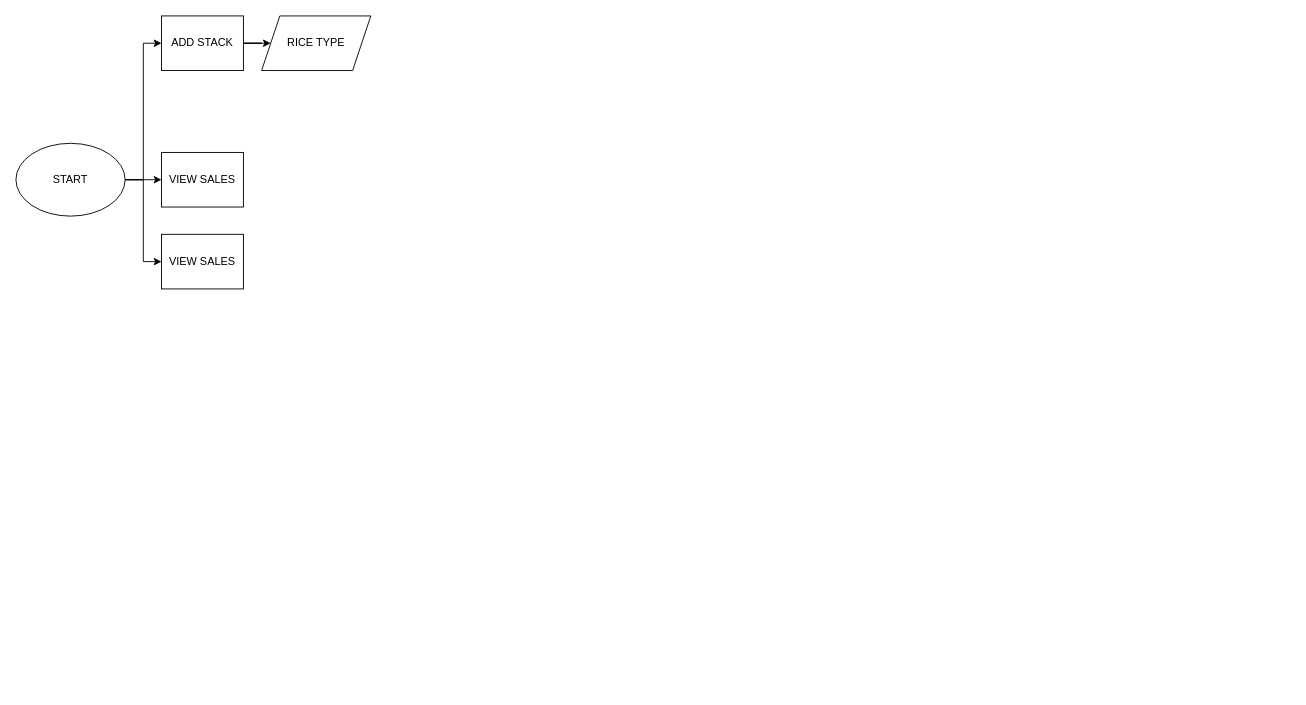
Earlier version of the draw.io diagram SAD flow chart diagram.drawio (jaysonbutawan/LOginandsignup). Source tidied: cells renumbered, new cells numbered last; positions are measured from the earlier drawing's top-left corner, leaving out a move shared by most shapes. Both pictures are drawn from the tidied source at 91%, with x=0, y=0 at pixel (15, 15).
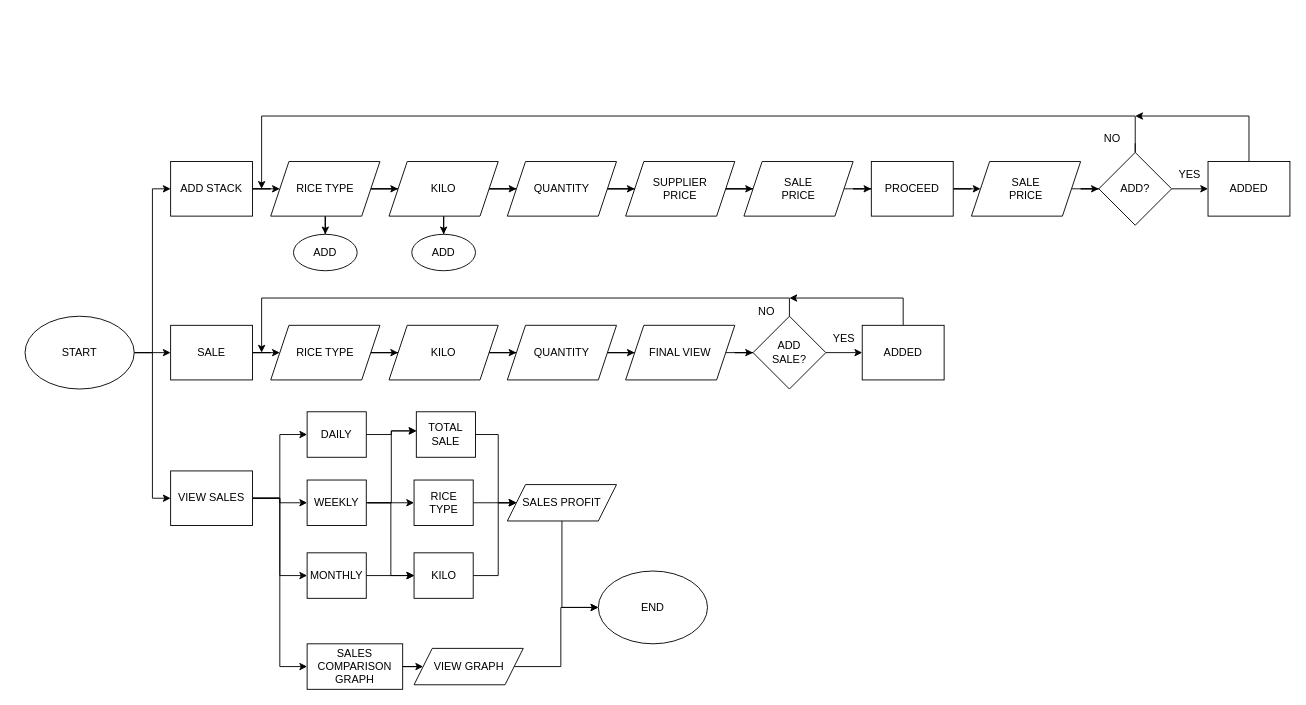
Above is the later version.

Diff of the diagram source:
```diff
@@
+    <mxCell id="3" style="edgeStyle=orthogonalEdgeStyle;rounded=0;jettySize=auto;html=1;entryX=0;entryY=0.5;entryDx=0;entryDy=0;" parent="1" edge="1" source="5" target="7">
+      <mxGeometry relative="1" as="geometry" />
+    </mxCell>
@@
-    <mxCell id="3" style="edgeStyle=orthogonalEdgeStyle;rounded=0;jettySize=auto;html=1;entryX=0;entryY=0.5;entryDx=0;entryDy=0;" parent="1" edge="1" source="5" target="7">
-      <mxGeometry relative="1" as="geometry" />
-    </mxCell>
@@
     <mxCell id="5" value="START" style="ellipse;whiteSpace=wrap;html=1;" parent="1" vertex="1">
-      <mxGeometry y="140" width="120" height="80" as="geometry" />
+      <mxGeometry x="10" y="330" width="120" height="80" as="geometry" />
     </mxCell>
@@
     <mxCell id="7" value="ADD STACK" style="rounded=0;whiteSpace=wrap;html=1;" parent="1" vertex="1">
-      <mxGeometry x="160" width="90" height="60" as="geometry" />
+      <mxGeometry x="170" y="160" width="90" height="60" as="geometry" />
     </mxCell>
+    <mxCell id="11" style="edgeStyle=orthogonalEdgeStyle;rounded=0;jettySize=auto;html=1;entryX=0;entryY=0.5;entryDx=0;entryDy=0;" parent="1" edge="1" source="8" target="41">
+      <mxGeometry relative="1" as="geometry" />
+    </mxCell>
-    <mxCell id="8" value="VIEW SALES" style="rounded=0;whiteSpace=wrap;html=1;" parent="1" vertex="1">
-      <mxGeometry x="160" y="150" width="90" height="60" as="geometry" />
+    <mxCell id="8" value="SALE" style="rounded=0;whiteSpace=wrap;html=1;" parent="1" vertex="1">
+      <mxGeometry x="170" y="340" width="90" height="60" as="geometry" />
     </mxCell>
+    <mxCell id="12" style="edgeStyle=orthogonalEdgeStyle;rounded=0;jettySize=auto;html=1;" parent="1" edge="1" source="9" target="58">
+      <mxGeometry relative="1" as="geometry" />
+    </mxCell>
+    <mxCell id="13" style="edgeStyle=orthogonalEdgeStyle;rounded=0;jettySize=auto;html=1;entryX=0;entryY=0.5;entryDx=0;entryDy=0;" parent="1" edge="1" source="9" target="55">
+      <mxGeometry relative="1" as="geometry" />
+    </mxCell>
+    <mxCell id="14" style="edgeStyle=orthogonalEdgeStyle;rounded=0;jettySize=auto;html=1;entryX=0;entryY=0.5;entryDx=0;entryDy=0;" parent="1" edge="1" source="9" target="60">
+      <mxGeometry relative="1" as="geometry" />
+    </mxCell>
+    <mxCell id="15" style="edgeStyle=orthogonalEdgeStyle;rounded=0;jettySize=auto;html=1;entryX=0;entryY=0.5;entryDx=0;entryDy=0;" parent="1" edge="1" source="9" target="62">
+      <mxGeometry relative="1" as="geometry" />
+    </mxCell>
     <mxCell id="9" value="VIEW SALES" style="rounded=0;whiteSpace=wrap;html=1;" parent="1" vertex="1">
-      <mxGeometry x="160" y="240" width="90" height="60" as="geometry" />
+      <mxGeometry x="170" y="500" width="90" height="60" as="geometry" />
     </mxCell>
+    <mxCell id="16" style="edgeStyle=orthogonalEdgeStyle;rounded=0;jettySize=auto;html=1;entryX=0.5;entryY=0;entryDx=0;entryDy=0;" parent="1" edge="1" source="10" target="18">
+      <mxGeometry relative="1" as="geometry" />
+    </mxCell>
+    <mxCell id="17" style="edgeStyle=orthogonalEdgeStyle;rounded=0;jettySize=auto;html=1;" parent="1" edge="1" source="10" target="21">
+      <mxGeometry relative="1" as="geometry" />
+    </mxCell>
     <mxCell id="10" value="RICE TYPE" style="shape=parallelogram;perimeter=parallelogramPerimeter;whiteSpace=wrap;html=1;fixedSize=1;" parent="1" vertex="1">
-      <mxGeometry x="270" width="120" height="60" as="geometry" />
+      <mxGeometry x="280" y="160" width="120" height="60" as="geometry" />
     </mxCell>
+    <mxCell id="18" value="ADD" style="ellipse;whiteSpace=wrap;html=1;" parent="1" vertex="1">
+      <mxGeometry x="305" y="240" width="70" height="40" as="geometry" />
+    </mxCell>
+    <mxCell id="19" style="edgeStyle=orthogonalEdgeStyle;rounded=0;jettySize=auto;html=1;entryX=0.5;entryY=0;entryDx=0;entryDy=0;" parent="1" edge="1" source="21" target="22">
+      <mxGeometry relative="1" as="geometry" />
+    </mxCell>
+    <mxCell id="20" style="edgeStyle=orthogonalEdgeStyle;rounded=0;jettySize=auto;html=1;" parent="1" edge="1" source="21" target="24">
+      <mxGeometry relative="1" as="geometry" />
+    </mxCell>
+    <mxCell id="21" value="KILO" style="shape=parallelogram;perimeter=parallelogramPerimeter;whiteSpace=wrap;html=1;fixedSize=1;" parent="1" vertex="1">
+      <mxGeometry x="410" y="160" width="120" height="60" as="geometry" />
+    </mxCell>
+    <mxCell id="22" value="ADD" style="ellipse;whiteSpace=wrap;html=1;" parent="1" vertex="1">
+      <mxGeometry x="435" y="240" width="70" height="40" as="geometry" />
+    </mxCell>
+    <mxCell id="23" style="edgeStyle=orthogonalEdgeStyle;rounded=0;jettySize=auto;html=1;entryX=0;entryY=0.5;entryDx=0;entryDy=0;" parent="1" edge="1" source="24" target="26">
+      <mxGeometry relative="1" as="geometry" />
+    </mxCell>
+    <mxCell id="24" value="QUANTITY" style="shape=parallelogram;perimeter=parallelogramPerimeter;whiteSpace=wrap;html=1;fixedSize=1;" parent="1" vertex="1">
+      <mxGeometry x="540" y="160" width="120" height="60" as="geometry" />
+    </mxCell>
+    <mxCell id="25" style="edgeStyle=orthogonalEdgeStyle;rounded=0;jettySize=auto;html=1;entryX=0;entryY=0.5;entryDx=0;entryDy=0;" parent="1" edge="1" source="26" target="28">
+      <mxGeometry relative="1" as="geometry" />
+    </mxCell>
+    <mxCell id="26" value="SUPPLIER&lt;div&gt;PRICE&lt;/div&gt;" style="shape=parallelogram;perimeter=parallelogramPerimeter;whiteSpace=wrap;html=1;fixedSize=1;" parent="1" vertex="1">
+      <mxGeometry x="670" y="160" width="120" height="60" as="geometry" />
+    </mxCell>
+    <mxCell id="27" style="edgeStyle=orthogonalEdgeStyle;rounded=0;jettySize=auto;html=1;" parent="1" edge="1" source="28" target="30">
+      <mxGeometry relative="1" as="geometry" />
+    </mxCell>
+    <mxCell id="28" value="&lt;div&gt;SALE&lt;/div&gt;&lt;div&gt;PRICE&lt;/div&gt;" style="shape=parallelogram;perimeter=parallelogramPerimeter;whiteSpace=wrap;html=1;fixedSize=1;" parent="1" vertex="1">
+      <mxGeometry x="800" y="160" width="120" height="60" as="geometry" />
+    </mxCell>
+    <mxCell id="29" style="edgeStyle=orthogonalEdgeStyle;rounded=0;jettySize=auto;html=1;" parent="1" edge="1" source="30" target="32">
+      <mxGeometry relative="1" as="geometry" />
+    </mxCell>
+    <mxCell id="30" value="PROCEED" style="rounded=0;whiteSpace=wrap;html=1;" parent="1" vertex="1">
+      <mxGeometry x="940" y="160" width="90" height="60" as="geometry" />
+    </mxCell>
+    <mxCell id="31" style="edgeStyle=orthogonalEdgeStyle;rounded=0;jettySize=auto;html=1;entryX=0;entryY=0.5;entryDx=0;entryDy=0;" parent="1" edge="1" source="32" target="35">
+      <mxGeometry relative="1" as="geometry" />
+    </mxCell>
+    <mxCell id="32" value="&lt;div&gt;SALE&lt;/div&gt;&lt;div&gt;PRICE&lt;/div&gt;" style="shape=parallelogram;perimeter=parallelogramPerimeter;whiteSpace=wrap;html=1;fixedSize=1;" parent="1" vertex="1">
+      <mxGeometry x="1050" y="160" width="120" height="60" as="geometry" />
+    </mxCell>
+    <mxCell id="33" style="edgeStyle=orthogonalEdgeStyle;rounded=0;jettySize=auto;html=1;" parent="1" edge="1" source="35" target="37">
+      <mxGeometry relative="1" as="geometry" />
+    </mxCell>
+    <mxCell id="34" style="edgeStyle=orthogonalEdgeStyle;rounded=0;orthogonalLoop=1;jettySize=auto;html=1;" parent="1" edge="1">
+      <mxGeometry relative="1" as="geometry">
+        <mxPoint x="1230" y="140" as="sourcePoint" />
+        <mxPoint x="270" y="190" as="targetPoint" />
+        <Array as="points">
+          <mxPoint x="1230" y="150" />
+          <mxPoint x="1230" y="110" />
+          <mxPoint x="270" y="110" />
+        </Array>
+      </mxGeometry>
+    </mxCell>
+    <mxCell id="35" value="ADD?" style="rhombus;whiteSpace=wrap;html=1;" parent="1" vertex="1">
+      <mxGeometry x="1190" y="150" width="80" height="80" as="geometry" />
+    </mxCell>
+    <mxCell id="36" style="edgeStyle=orthogonalEdgeStyle;rounded=0;jettySize=auto;html=1;" parent="1" edge="1" source="37">
+      <mxGeometry relative="1" as="geometry">
+        <mxPoint x="1230" y="110" as="targetPoint" />
+        <Array as="points">
+          <mxPoint x="1355" y="110" />
+        </Array>
+      </mxGeometry>
+    </mxCell>
+    <mxCell id="37" value="ADDED" style="rounded=0;whiteSpace=wrap;html=1;" parent="1" vertex="1">
+      <mxGeometry x="1310" y="160" width="90" height="60" as="geometry" />
+    </mxCell>
+    <mxCell id="38" value="YES" style="text;html=1;align=center;verticalAlign=middle;whiteSpace=wrap;rounded=0;" parent="1" vertex="1">
+      <mxGeometry x="1275" y="160" width="30" height="30" as="geometry" />
+    </mxCell>
+    <mxCell id="39" value="NO" style="text;html=1;align=center;verticalAlign=middle;whiteSpace=wrap;rounded=0;" parent="1" vertex="1">
+      <mxGeometry x="1190" y="120" width="30" height="30" as="geometry" />
+    </mxCell>
+    <mxCell id="40" style="edgeStyle=orthogonalEdgeStyle;rounded=0;jettySize=auto;html=1;" parent="1" edge="1" source="41" target="43">
+      <mxGeometry relative="1" as="geometry" />
+    </mxCell>
+    <mxCell id="41" value="RICE TYPE" style="shape=parallelogram;perimeter=parallelogramPerimeter;whiteSpace=wrap;html=1;fixedSize=1;" parent="1" vertex="1">
+      <mxGeometry x="280" y="340" width="120" height="60" as="geometry" />
+    </mxCell>
+    <mxCell id="42" style="edgeStyle=orthogonalEdgeStyle;rounded=0;jettySize=auto;html=1;entryX=0;entryY=0.5;entryDx=0;entryDy=0;" parent="1" edge="1" source="43" target="45">
+      <mxGeometry relative="1" as="geometry" />
+    </mxCell>
+    <mxCell id="43" value="KILO" style="shape=parallelogram;perimeter=parallelogramPerimeter;whiteSpace=wrap;html=1;fixedSize=1;" parent="1" vertex="1">
+      <mxGeometry x="410" y="340" width="120" height="60" as="geometry" />
+    </mxCell>
+    <mxCell id="44" style="edgeStyle=orthogonalEdgeStyle;rounded=0;jettySize=auto;html=1;entryX=0;entryY=0.5;entryDx=0;entryDy=0;" parent="1" edge="1" source="45" target="47">
+      <mxGeometry relative="1" as="geometry" />
+    </mxCell>
+    <mxCell id="45" value="QUANTITY" style="shape=parallelogram;perimeter=parallelogramPerimeter;whiteSpace=wrap;html=1;fixedSize=1;" parent="1" vertex="1">
+      <mxGeometry x="540" y="340" width="120" height="60" as="geometry" />
+    </mxCell>
+    <mxCell id="46" style="edgeStyle=orthogonalEdgeStyle;rounded=0;jettySize=auto;html=1;entryX=0;entryY=0.5;entryDx=0;entryDy=0;" parent="1" edge="1" source="47" target="50">
+      <mxGeometry relative="1" as="geometry" />
+    </mxCell>
+    <mxCell id="47" value="FINAL VIEW" style="shape=parallelogram;perimeter=parallelogramPerimeter;whiteSpace=wrap;html=1;fixedSize=1;" parent="1" vertex="1">
+      <mxGeometry x="670" y="340" width="120" height="60" as="geometry" />
+    </mxCell>
+    <mxCell id="48" style="edgeStyle=orthogonalEdgeStyle;rounded=0;jettySize=auto;html=1;" parent="1" edge="1" source="50" target="52">
+      <mxGeometry relative="1" as="geometry" />
+    </mxCell>
+    <mxCell id="49" style="edgeStyle=orthogonalEdgeStyle;rounded=0;jettySize=auto;html=1;" parent="1" edge="1" source="50">
+      <mxGeometry relative="1" as="geometry">
+        <mxPoint x="270" y="370" as="targetPoint" />
+        <Array as="points">
+          <mxPoint x="850" y="310" />
+          <mxPoint x="270" y="310" />
+        </Array>
+      </mxGeometry>
+    </mxCell>
+    <mxCell id="50" value="ADD&lt;div&gt;SALE?&lt;/div&gt;" style="rhombus;whiteSpace=wrap;html=1;" parent="1" vertex="1">
+      <mxGeometry x="810" y="330" width="80" height="80" as="geometry" />
+    </mxCell>
+    <mxCell id="51" style="edgeStyle=orthogonalEdgeStyle;rounded=0;jettySize=auto;html=1;" parent="1" edge="1" source="52">
+      <mxGeometry relative="1" as="geometry">
+        <mxPoint x="850" y="310" as="targetPoint" />
+        <Array as="points">
+          <mxPoint x="975" y="310" />
+          <mxPoint x="850" y="310" />
+        </Array>
+      </mxGeometry>
+    </mxCell>
+    <mxCell id="52" value="ADDED" style="rounded=0;whiteSpace=wrap;html=1;" parent="1" vertex="1">
+      <mxGeometry x="930" y="340" width="90" height="60" as="geometry" />
+    </mxCell>
+    <mxCell id="53" value="YES" style="text;html=1;align=center;verticalAlign=middle;whiteSpace=wrap;rounded=0;" parent="1" vertex="1">
+      <mxGeometry x="895" y="340" width="30" height="30" as="geometry" />
+    </mxCell>
+    <mxCell id="54" value="NO" style="text;html=1;align=center;verticalAlign=middle;whiteSpace=wrap;rounded=0;" parent="1" vertex="1">
+      <mxGeometry x="810" y="310" width="30" height="30" as="geometry" />
+    </mxCell>
+    <mxCell id="55" value="DAILY" style="rounded=0;whiteSpace=wrap;html=1;" parent="1" vertex="1">
+      <mxGeometry x="320" y="435" width="65" height="50" as="geometry" />
+    </mxCell>
+    <mxCell id="56" style="edgeStyle=orthogonalEdgeStyle;rounded=0;jettySize=auto;html=1;entryX=0;entryY=0.5;entryDx=0;entryDy=0;" parent="1" edge="1" target="67">
+      <mxGeometry relative="1" as="geometry">
+        <mxPoint x="387" y="535" as="sourcePoint" />
+        <Array as="points">
+          <mxPoint x="412" y="535" />
+          <mxPoint x="412" y="615" />
+        </Array>
+      </mxGeometry>
+    </mxCell>
+    <mxCell id="57" style="edgeStyle=orthogonalEdgeStyle;rounded=0;jettySize=auto;html=1;entryX=0;entryY=0.5;entryDx=0;entryDy=0;" parent="1" edge="1" source="58" target="65">
+      <mxGeometry relative="1" as="geometry" />
+    </mxCell>
+    <mxCell id="58" value="WEEKLY" style="rounded=0;whiteSpace=wrap;html=1;" parent="1" vertex="1">
+      <mxGeometry x="320" y="510" width="65" height="50" as="geometry" />
+    </mxCell>
+    <mxCell id="59" style="edgeStyle=orthogonalEdgeStyle;rounded=0;orthogonalLoop=1;jettySize=auto;html=1;" parent="1" edge="1">
+      <mxGeometry relative="1" as="geometry">
+        <mxPoint x="383" y="615" as="sourcePoint" />
+        <mxPoint x="438" y="615" as="targetPoint" />
+      </mxGeometry>
+    </mxCell>
+    <mxCell id="60" value="MONTHLY" style="rounded=0;whiteSpace=wrap;html=1;" parent="1" vertex="1">
+      <mxGeometry x="320" y="590" width="65" height="50" as="geometry" />
+    </mxCell>
+    <mxCell id="61" style="edgeStyle=orthogonalEdgeStyle;rounded=0;jettySize=auto;html=1;" parent="1" edge="1" source="62" target="75">
+      <mxGeometry relative="1" as="geometry" />
+    </mxCell>
+    <mxCell id="62" value="SALES COMPARISON GRAPH" style="rounded=0;whiteSpace=wrap;html=1;" parent="1" vertex="1">
+      <mxGeometry x="320" y="690" width="105" height="50" as="geometry" />
+    </mxCell>
+    <mxCell id="63" value="TOTAL&lt;div&gt;SALE&lt;/div&gt;" style="rounded=0;whiteSpace=wrap;html=1;" parent="1" vertex="1">
+      <mxGeometry x="440" y="435" width="65" height="50" as="geometry" />
+    </mxCell>
+    <mxCell id="64" style="edgeStyle=orthogonalEdgeStyle;rounded=0;jettySize=auto;html=1;entryX=0;entryY=0.5;entryDx=0;entryDy=0;" parent="1" edge="1" source="65">
+      <mxGeometry relative="1" as="geometry">
+        <mxPoint x="550" y="535" as="targetPoint" />
+      </mxGeometry>
+    </mxCell>
+    <mxCell id="65" value="RICE&lt;div&gt;TYPE&lt;/div&gt;" style="rounded=0;whiteSpace=wrap;html=1;" parent="1" vertex="1">
+      <mxGeometry x="437.5" y="510" width="65" height="50" as="geometry" />
+    </mxCell>
+    <mxCell id="66" style="edgeStyle=orthogonalEdgeStyle;rounded=0;jettySize=auto;html=1;entryX=0;entryY=0.5;entryDx=0;entryDy=0;" parent="1" edge="1" source="67">
+      <mxGeometry relative="1" as="geometry">
+        <mxPoint x="550" y="535" as="targetPoint" />
+        <Array as="points">
+          <mxPoint x="530" y="615" />
+          <mxPoint x="530" y="535" />
+        </Array>
+      </mxGeometry>
+    </mxCell>
+    <mxCell id="67" value="KILO" style="rounded=0;whiteSpace=wrap;html=1;" parent="1" vertex="1">
+      <mxGeometry x="437.5" y="590" width="65" height="50" as="geometry" />
+    </mxCell>
+    <mxCell id="68" style="line;strokeWidth=2;direction=south;html=1;" parent="1" vertex="1">
+      <mxGeometry x="410" y="440" height="200" as="geometry" />
+    </mxCell>
+    <mxCell id="69" style="edgeStyle=orthogonalEdgeStyle;rounded=0;jettySize=auto;html=1;entryX=0.005;entryY=0.42;entryDx=0;entryDy=0;entryPerimeter=0;" parent="1" edge="1" source="58" target="63">
+      <mxGeometry relative="1" as="geometry" />
+    </mxCell>
+    <mxCell id="70" style="edgeStyle=orthogonalEdgeStyle;rounded=0;jettySize=auto;html=1;entryX=0;entryY=0.42;entryDx=0;entryDy=0;entryPerimeter=0;" parent="1" edge="1" source="55" target="63">
+      <mxGeometry relative="1" as="geometry" />
+    </mxCell>
+    <mxCell id="71" style="edgeStyle=orthogonalEdgeStyle;rounded=0;jettySize=auto;html=1;entryX=0;entryY=0.5;entryDx=0;entryDy=0;" parent="1" edge="1" source="63">
+      <mxGeometry relative="1" as="geometry">
+        <mxPoint x="550" y="535" as="targetPoint" />
+        <Array as="points">
+          <mxPoint x="530" y="460" />
+          <mxPoint x="530" y="535" />
+        </Array>
+      </mxGeometry>
+    </mxCell>
+    <mxCell id="72" style="edgeStyle=orthogonalEdgeStyle;rounded=0;jettySize=auto;html=1;entryX=0;entryY=0.5;entryDx=0;entryDy=0;" parent="1" edge="1" source="73" target="76">
+      <mxGeometry relative="1" as="geometry">
+        <Array as="points">
+          <mxPoint x="600" y="650" />
+        </Array>
+      </mxGeometry>
+    </mxCell>
+    <mxCell id="73" value="SALES PROFIT" style="shape=parallelogram;perimeter=parallelogramPerimeter;whiteSpace=wrap;html=1;fixedSize=1;" parent="1" vertex="1">
+      <mxGeometry x="540" y="515" width="120" height="40" as="geometry" />
+    </mxCell>
+    <mxCell id="74" style="edgeStyle=orthogonalEdgeStyle;rounded=0;jettySize=auto;html=1;entryX=0;entryY=0.5;entryDx=0;entryDy=0;" parent="1" edge="1" source="75" target="76">
+      <mxGeometry relative="1" as="geometry" />
+    </mxCell>
+    <mxCell id="75" value="VIEW GRAPH" style="shape=parallelogram;perimeter=parallelogramPerimeter;whiteSpace=wrap;html=1;fixedSize=1;" parent="1" vertex="1">
+      <mxGeometry x="437.5" y="695" width="120" height="40" as="geometry" />
+    </mxCell>
+    <mxCell id="76" value="END" style="ellipse;whiteSpace=wrap;html=1;" parent="1" vertex="1">
+      <mxGeometry x="640" y="610" width="120" height="80" as="geometry" />
+    </mxCell>
```
